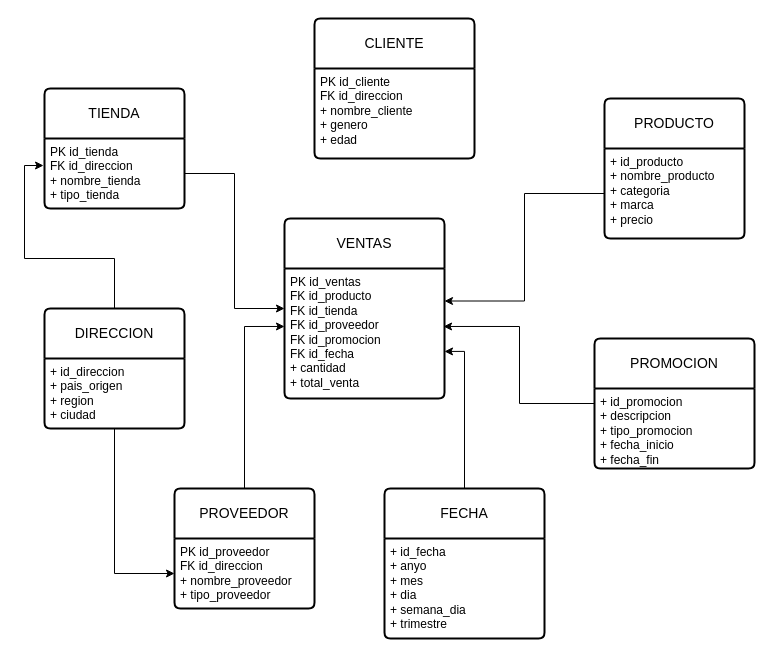
Before: page "Página-1" (1 of 2) of Diagrama-Retail.drawio in Valdivia737/diagrama, a draw.io diagram. Source tidied: cells renumbered, new cells numbered last; positions are measured from the earlier drawing's top-left corner, leaving out a move shared by most shapes. Both pictures are drawn from the tidied source at 100%, with x=0, y=0 at pixel (44, 18).
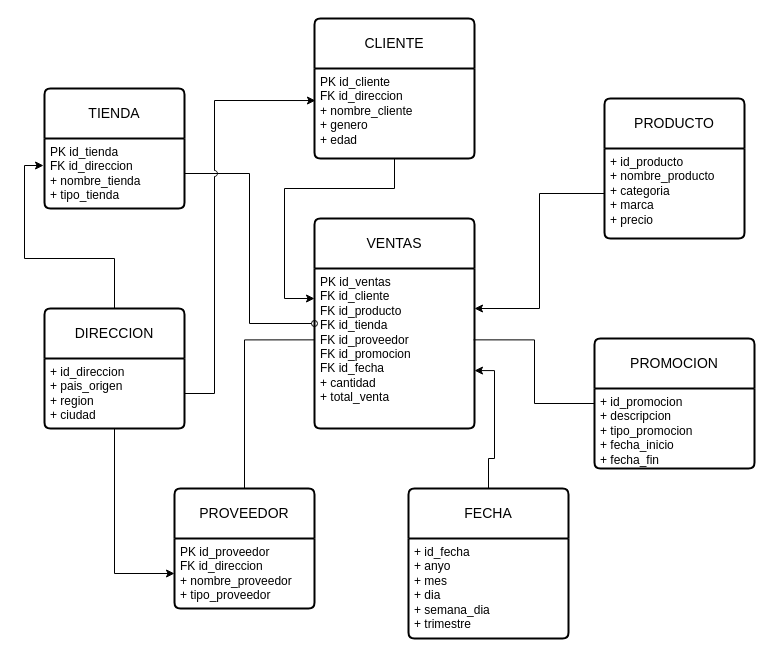
Above is the later version.

Unchanged cells that the change refers to:
```xml
<mxCell id="5" value="+ id_producto&lt;br&gt;+ nombre_producto&lt;br&gt;+ categoria&lt;div&gt;+ marca&lt;/div&gt;&lt;div&gt;+ precio&lt;/div&gt;&lt;div&gt;&lt;br&gt;&lt;/div&gt;" style="align=left;strokeColor=none;fillColor=none;spacingLeft=4;spacingRight=4;fontSize=12;verticalAlign=top;html=1;whiteSpace=wrap;" parent="4" vertex="1">
  <mxGeometry y="50" width="140" height="90" as="geometry" />
</mxCell>
<mxCell id="7" value="PK id_tienda&lt;div&gt;FK id_direccion&lt;br&gt;+ nombre_tienda&lt;br&gt;&lt;span style=&quot;background-color: transparent; color: light-dark(rgb(0, 0, 0), rgb(255, 255, 255));&quot;&gt;+ tipo_tienda&lt;/span&gt;&lt;/div&gt;" style="align=left;strokeColor=none;fillColor=none;spacingLeft=4;spacingRight=4;fontSize=12;verticalAlign=top;html=1;whiteSpace=wrap;" parent="6" vertex="1">
  <mxGeometry y="50" width="140" height="70" as="geometry" />
</mxCell>
<mxCell id="8" value="PROVEEDOR" style="swimlane;horizontal=1;startSize=50;rounded=1;fontSize=14;fontStyle=0;strokeWidth=2;shadow=0;dashed=0;align=center;arcSize=4;whiteSpace=wrap;html=1;" parent="1" vertex="1">
  <mxGeometry x="130" y="470" width="140" height="120" as="geometry" />
</mxCell>
<mxCell id="9" value="PK id_proveedor&lt;br&gt;FK id_direccion&lt;br&gt;&lt;div&gt;+ nombre_proveedor&lt;br&gt;&lt;div&gt;+ tipo_proveedor&lt;/div&gt;&lt;/div&gt;" style="align=left;strokeColor=none;fillColor=none;spacingLeft=4;spacingRight=4;fontSize=12;verticalAlign=top;html=1;whiteSpace=wrap;" parent="8" vertex="1">
  <mxGeometry y="50" width="140" height="70" as="geometry" />
</mxCell>
<mxCell id="10" value="PROMOCION" style="swimlane;horizontal=1;startSize=50;rounded=1;fontSize=14;fontStyle=0;strokeWidth=2;shadow=0;dashed=0;align=center;arcSize=4;whiteSpace=wrap;html=1;" parent="1" vertex="1">
  <mxGeometry x="550" y="320" width="160" height="130" as="geometry" />
</mxCell>
<mxCell id="15" value="DIRECCION" style="swimlane;horizontal=1;startSize=50;rounded=1;fontSize=14;fontStyle=0;strokeWidth=2;shadow=0;dashed=0;align=center;arcSize=4;whiteSpace=wrap;html=1;" parent="1" vertex="1">
  <mxGeometry y="290" width="140" height="120" as="geometry" />
</mxCell>
<mxCell id="16" value="+ id_direccion&lt;br&gt;+ pais_origen&lt;br&gt;+ region&lt;div&gt;+ ciudad&lt;/div&gt;" style="align=left;strokeColor=none;fillColor=none;spacingLeft=4;spacingRight=4;fontSize=12;verticalAlign=top;html=1;whiteSpace=wrap;" parent="15" vertex="1">
  <mxGeometry y="50" width="140" height="70" as="geometry" />
</mxCell>
<mxCell id="24" value="&lt;div&gt;&lt;span style=&quot;background-color: transparent; color: light-dark(rgb(0, 0, 0), rgb(255, 255, 255));&quot;&gt;PK id_cliente&lt;/span&gt;&lt;/div&gt;&lt;div&gt;FK id_direccion&lt;/div&gt;+ nombre_cliente&lt;br&gt;+ genero&lt;div&gt;+ edad&lt;/div&gt;&lt;div&gt;&lt;br&gt;&lt;/div&gt;" style="align=left;strokeColor=none;fillColor=none;spacingLeft=4;spacingRight=4;fontSize=12;verticalAlign=top;html=1;whiteSpace=wrap;" parent="23" vertex="1">
  <mxGeometry y="50" width="160" height="90" as="geometry" />
</mxCell>
```

Diff of the diagram source:
```diff
@@
     <mxCell id="2" value="VENTAS" style="swimlane;horizontal=1;startSize=50;rounded=1;fontSize=14;fontStyle=0;strokeWidth=2;shadow=0;dashed=0;align=center;arcSize=4;whiteSpace=wrap;html=1;" parent="1" vertex="1">
-      <mxGeometry x="240" y="200" width="160" height="180" as="geometry" />
+      <mxGeometry x="270" y="200" width="160" height="210" as="geometry" />
     </mxCell>
-    <mxCell id="3" value="PK id_ventas&lt;br&gt;FK id_producto&lt;br&gt;FK id_tienda&lt;div&gt;FK id_proveedor&lt;/div&gt;&lt;div&gt;FK id_promocion&lt;/div&gt;&lt;div&gt;FK id_fecha&lt;/div&gt;&lt;div&gt;+ cantidad&lt;/div&gt;&lt;div&gt;+ total_venta&lt;br&gt;&lt;div&gt;&lt;br&gt;&lt;/div&gt;&lt;/div&gt;" style="align=left;strokeColor=none;fillColor=none;spacingLeft=4;spacingRight=4;fontSize=12;verticalAlign=top;html=1;whiteSpace=wrap;" parent="2" vertex="1">
-      <mxGeometry y="50" width="160" height="130" as="geometry" />
+    <mxCell id="3" value="PK id_ventas&lt;div&gt;FK id_cliente&lt;br&gt;FK id_producto&lt;br&gt;FK id_tienda&lt;div&gt;FK id_proveedor&lt;/div&gt;&lt;div&gt;FK id_promocion&lt;/div&gt;&lt;div&gt;FK id_fecha&lt;/div&gt;&lt;div&gt;+ cantidad&lt;/div&gt;&lt;div&gt;+ total_venta&lt;br&gt;&lt;div&gt;&lt;br&gt;&lt;/div&gt;&lt;/div&gt;&lt;/div&gt;" style="align=left;strokeColor=none;fillColor=none;spacingLeft=4;spacingRight=4;fontSize=12;verticalAlign=top;html=1;whiteSpace=wrap;" parent="2" vertex="1">
+      <mxGeometry y="50" width="160" height="160" as="geometry" />
     </mxCell>
@@
     <mxCell id="12" value="FECHA" style="swimlane;horizontal=1;startSize=50;rounded=1;fontSize=14;fontStyle=0;strokeWidth=2;shadow=0;dashed=0;align=center;arcSize=4;whiteSpace=wrap;html=1;" parent="1" vertex="1">
-      <mxGeometry x="340" y="470" width="160" height="150" as="geometry" />
+      <mxGeometry x="364" y="470" width="160" height="150" as="geometry" />
     </mxCell>
@@
-    <mxCell id="14" style="edgeStyle=orthogonalEdgeStyle;rounded=0;jettySize=auto;html=1;entryX=0;entryY=0.5;entryDx=0;entryDy=0;" parent="1" edge="1" source="15" target="9">
+    <mxCell id="14" style="edgeStyle=orthogonalEdgeStyle;rounded=0;jettySize=auto;html=1;entryX=0;entryY=0.5;entryDx=0;entryDy=0;flowAnimation=0;" parent="1" edge="1" source="15" target="9">
       <mxGeometry relative="1" as="geometry" />
     </mxCell>
@@
-    <mxCell id="17" style="edgeStyle=orthogonalEdgeStyle;rounded=0;jettySize=auto;html=1;entryX=0;entryY=0.5;entryDx=0;entryDy=0;" parent="1" edge="1" source="7" target="2">
+    <mxCell id="17" style="edgeStyle=orthogonalEdgeStyle;rounded=0;jettySize=auto;html=1;entryX=0;entryY=0.5;entryDx=0;entryDy=0;flowAnimation=0;endArrow=oval;endFill=0;" parent="1" edge="1" source="7" target="2">
       <mxGeometry relative="1" as="geometry" />
     </mxCell>
-    <mxCell id="18" style="edgeStyle=orthogonalEdgeStyle;rounded=0;jettySize=auto;html=1;entryX=1;entryY=0.25;entryDx=0;entryDy=0;" parent="1" edge="1" source="5" target="3">
+    <mxCell id="18" style="edgeStyle=orthogonalEdgeStyle;rounded=0;jettySize=auto;html=1;entryX=1;entryY=0.25;entryDx=0;entryDy=0;flowAnimation=0;" parent="1" edge="1" source="5" target="3">
       <mxGeometry relative="1" as="geometry" />
     </mxCell>
-    <mxCell id="19" style="edgeStyle=orthogonalEdgeStyle;rounded=0;jettySize=auto;html=1;entryX=-0.007;entryY=0.386;entryDx=0;entryDy=0;entryPerimeter=0;" parent="1" edge="1" source="15" target="7">
+    <mxCell id="19" style="edgeStyle=orthogonalEdgeStyle;rounded=0;jettySize=auto;html=1;entryX=-0.007;entryY=0.386;entryDx=0;entryDy=0;entryPerimeter=0;flowAnimation=0;" parent="1" edge="1" source="15" target="7">
       <mxGeometry relative="1" as="geometry" />
     </mxCell>
-    <mxCell id="20" style="edgeStyle=orthogonalEdgeStyle;rounded=0;jettySize=auto;html=1;entryX=1;entryY=0.638;entryDx=0;entryDy=0;entryPerimeter=0;" parent="1" edge="1" source="12" target="3">
+    <mxCell id="20" style="edgeStyle=orthogonalEdgeStyle;rounded=0;jettySize=auto;html=1;entryX=1;entryY=0.638;entryDx=0;entryDy=0;entryPerimeter=0;flowAnimation=0;" parent="1" edge="1" source="12" target="3">
       <mxGeometry relative="1" as="geometry" />
     </mxCell>
-    <mxCell id="21" style="edgeStyle=orthogonalEdgeStyle;rounded=0;jettySize=auto;html=1;entryX=0.994;entryY=0.446;entryDx=0;entryDy=0;entryPerimeter=0;" parent="1" edge="1" source="10" target="3">
+    <mxCell id="21" style="edgeStyle=orthogonalEdgeStyle;rounded=0;jettySize=auto;html=1;entryX=0.994;entryY=0.446;entryDx=0;entryDy=0;entryPerimeter=0;flowAnimation=0;endArrow=none;endFill=0;" parent="1" edge="1" source="10" target="3">
       <mxGeometry relative="1" as="geometry" />
     </mxCell>
-    <mxCell id="22" style="edgeStyle=orthogonalEdgeStyle;rounded=0;jettySize=auto;html=1;entryX=0;entryY=0.446;entryDx=0;entryDy=0;entryPerimeter=0;" parent="1" edge="1" source="8" target="3">
+    <mxCell id="22" style="edgeStyle=orthogonalEdgeStyle;rounded=0;jettySize=auto;html=1;entryX=0;entryY=0.446;entryDx=0;entryDy=0;entryPerimeter=0;flowAnimation=0;endArrow=none;endFill=0;" parent="1" edge="1" source="8" target="3">
       <mxGeometry relative="1" as="geometry" />
     </mxCell>
@@
+    <mxCell id="25" style="edgeStyle=orthogonalEdgeStyle;rounded=0;jettySize=auto;html=1;entryX=0.006;entryY=0.356;entryDx=0;entryDy=0;entryPerimeter=0;flowAnimation=0;shadow=0;jumpStyle=arc;" parent="1" edge="1" source="16" target="24">
+      <mxGeometry relative="1" as="geometry">
+        <Array as="points">
+          <mxPoint x="170" y="375" />
+          <mxPoint x="170" y="82" />
+        </Array>
+      </mxGeometry>
+    </mxCell>
+    <mxCell id="26" style="edgeStyle=orthogonalEdgeStyle;rounded=0;jettySize=auto;html=1;" parent="1" edge="1" source="24">
+      <mxGeometry relative="1" as="geometry">
+        <mxPoint x="270" y="280" as="targetPoint" />
+        <Array as="points">
+          <mxPoint x="350" y="170" />
+          <mxPoint x="240" y="170" />
+          <mxPoint x="240" y="280" />
+        </Array>
+      </mxGeometry>
+    </mxCell>
```
